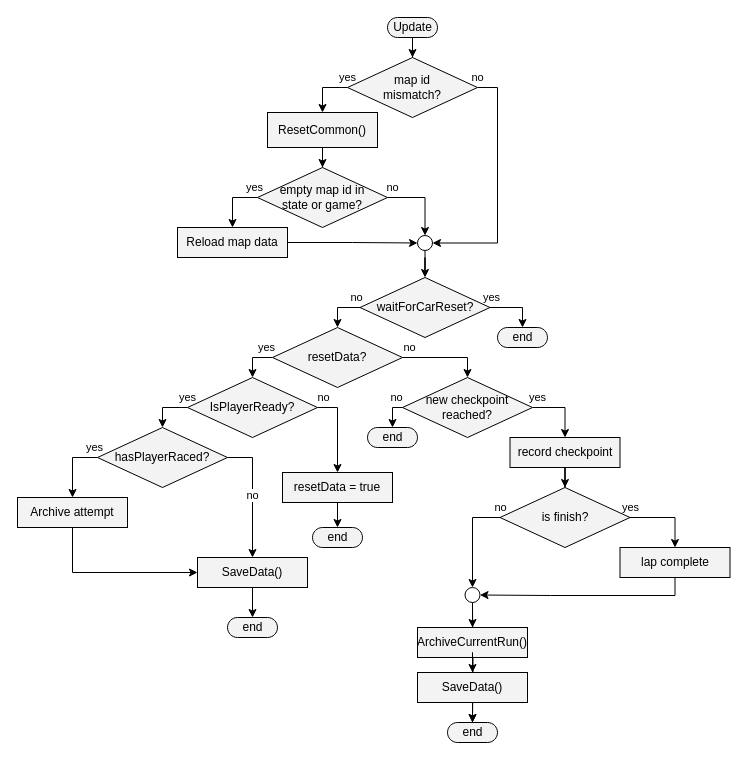
Before: page "update" (1 of 8) of diagrams/drawio/flow_charts.drawio in nolanvargas/Weekly-Grand-Splits, a draw.io diagram. Source tidied: cells renumbered, new cells numbered last; positions are measured from the earlier drawing's top-left corner, leaving out a move shared by most shapes. Both pictures are drawn from the tidied source at 100%, with x=0, y=0 at pixel (17, 17).
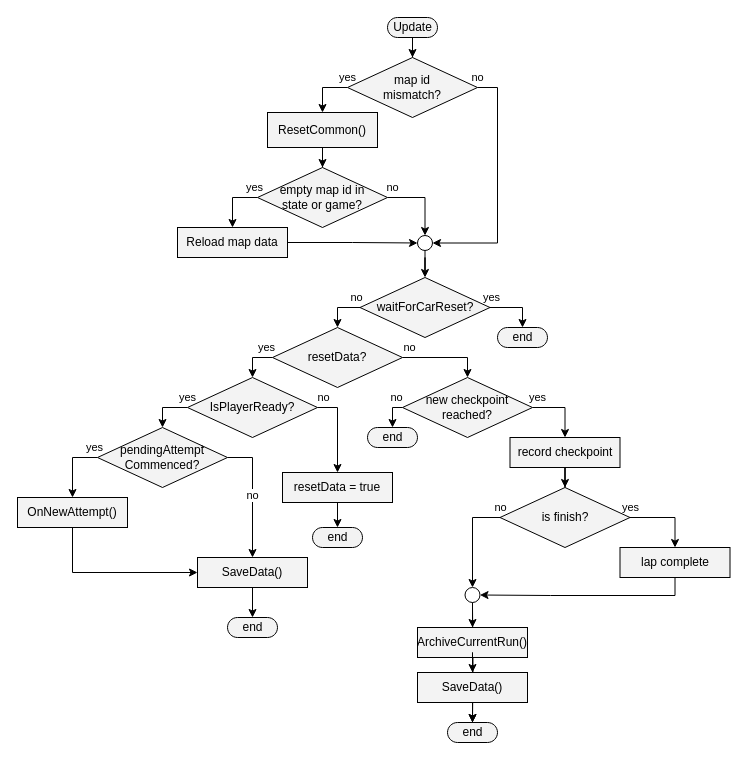
The same page after the edit.

Diff of the diagram source:
```diff
@@
-    <mxCell id="28" value="hasPlayerRaced?" style="rhombus;whiteSpace=wrap;html=1;fillColor=#F3F3F3;spacingLeft=18;spacingRight=18;" parent="1" vertex="1">
+    <mxCell id="28" value="pendingAttempt&lt;div&gt;Commenced?&lt;/div&gt;" style="rhombus;whiteSpace=wrap;html=1;fillColor=#F3F3F3;spacingLeft=18;spacingRight=18;" parent="1" vertex="1">
       <mxGeometry x="80" y="410" width="130" height="60" as="geometry" />
     </mxCell>
@@
-    <mxCell id="30" value="Archive attempt" style="rounded=0;whiteSpace=wrap;html=1;fillColor=#F3F3F3;" parent="1" vertex="1">
+    <mxCell id="30" value="OnNewAttempt()" style="rounded=0;whiteSpace=wrap;html=1;fillColor=#F3F3F3;" parent="1" vertex="1">
       <mxGeometry y="480" width="110" height="30" as="geometry" />
     </mxCell>
```
